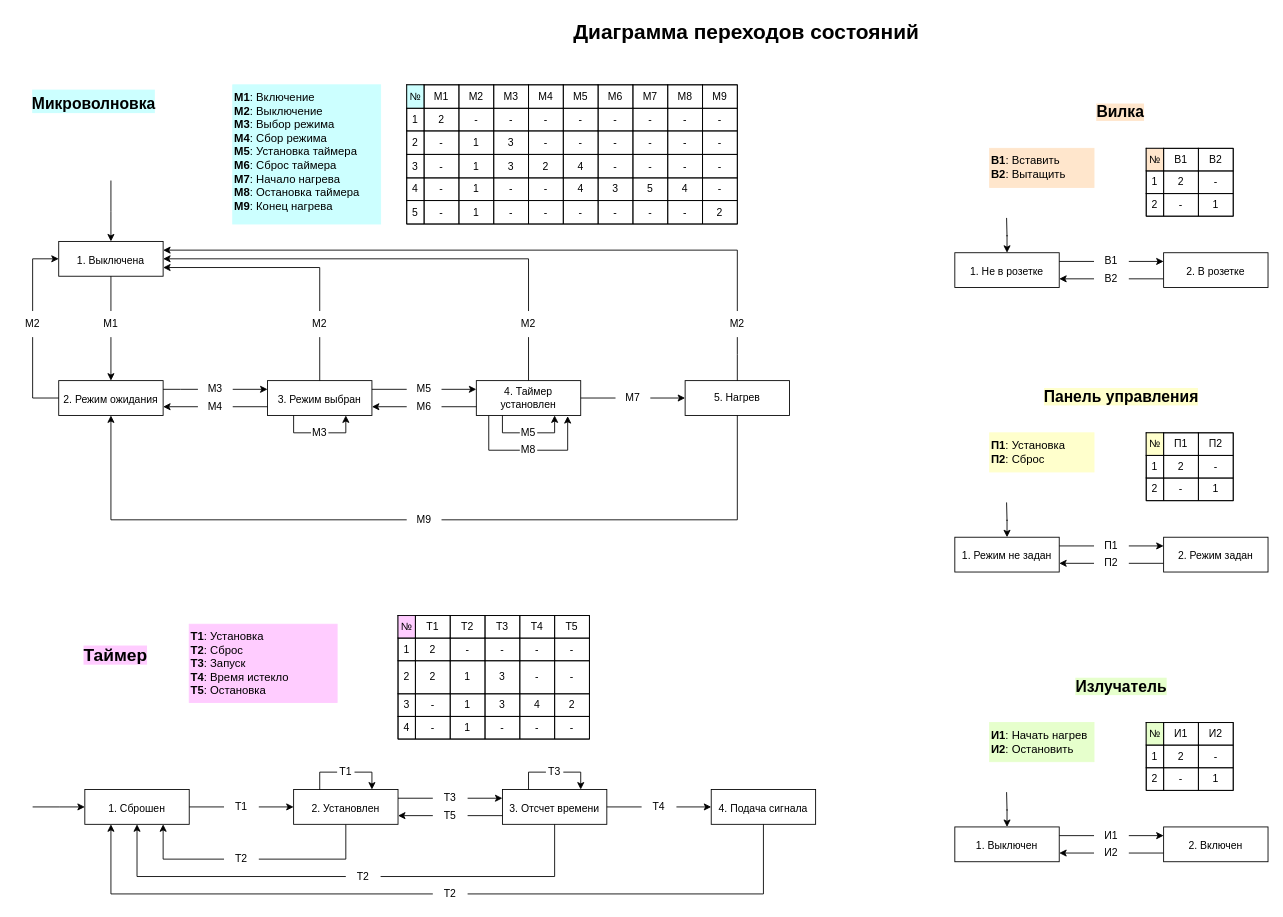
Above: page "ДПС" (2 of 3) of lab_05/i_want_sleep.drawio in Tulenenok/BMSTU_OOP (draw.io), before the change. Source tidied: cells renumbered, new cells numbered last; positions are measured from the earlier drawing's top-left corner, leaving out a move shared by most shapes. Both pictures are drawn from the tidied source at 87%, with x=0, y=0 at pixel (15, 15).
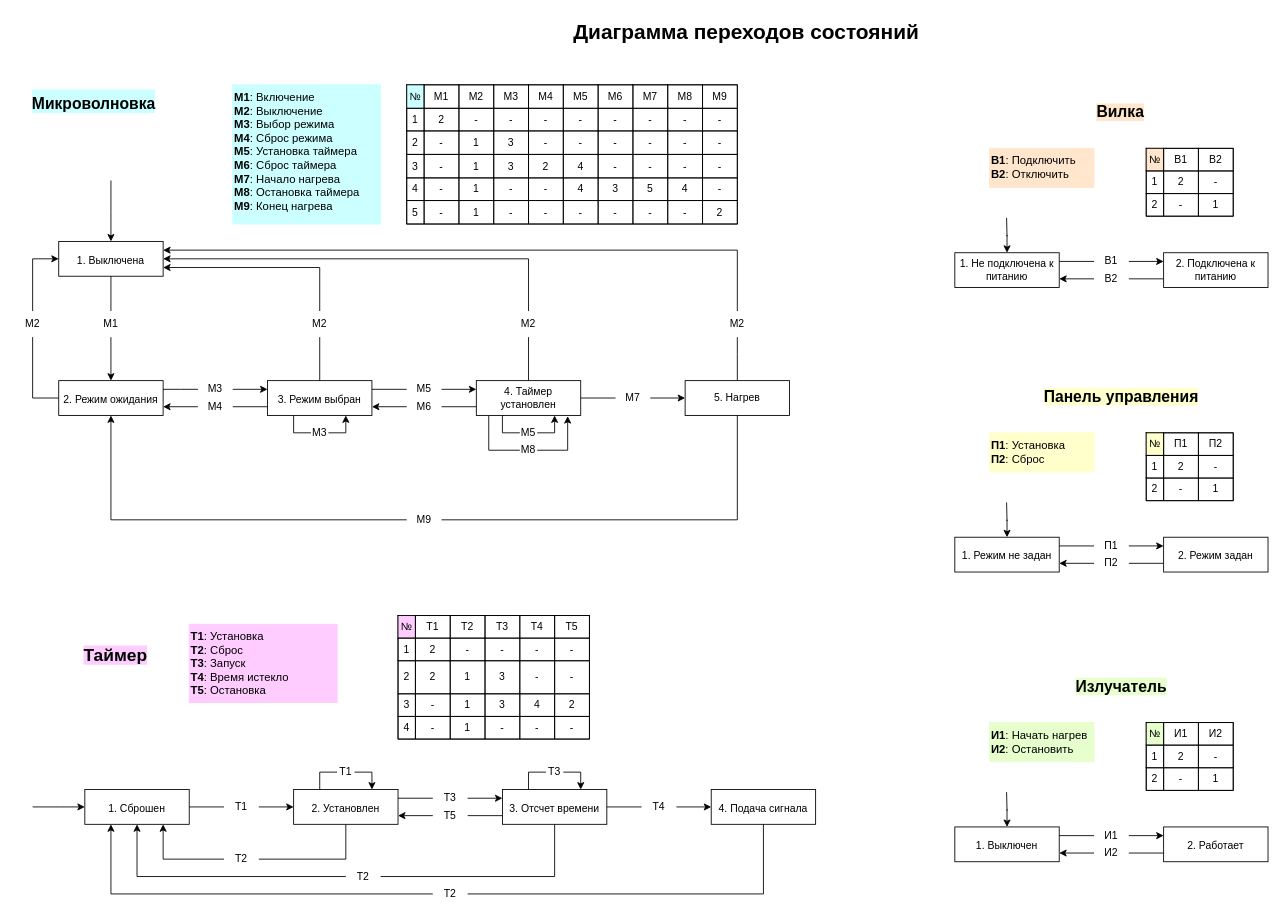
After the change.

The edit, as a diff of the source:
```diff
@@
-    <mxCell id="23" value="&lt;b&gt;М1&lt;/b&gt;: Включение&lt;br style=&quot;font-size: 13px;&quot;&gt;&lt;b&gt;M2&lt;/b&gt;: Выключение&lt;br style=&quot;font-size: 13px;&quot;&gt;&lt;b&gt;М3&lt;/b&gt;: Выбор режима&lt;br style=&quot;font-size: 13px;&quot;&gt;&lt;b&gt;М4&lt;/b&gt;: Сбор режима&lt;br style=&quot;font-size: 13px;&quot;&gt;&lt;b&gt;М5&lt;/b&gt;: Установка таймера&lt;br style=&quot;font-size: 13px;&quot;&gt;&lt;b&gt;М6&lt;/b&gt;: Сброс таймера&lt;br style=&quot;font-size: 13px;&quot;&gt;&lt;b&gt;М7&lt;/b&gt;: Начало нагрева&lt;br style=&quot;font-size: 13px;&quot;&gt;&lt;b&gt;M8&lt;/b&gt;: Остановка таймера&lt;br style=&quot;font-size: 13px;&quot;&gt;&lt;b&gt;М9&lt;/b&gt;: Конец нагрева" style="text;html=1;strokeColor=#CCFFFF;fillColor=#CCFFFF;align=left;verticalAlign=top;whiteSpace=wrap;rounded=0;labelBackgroundColor=none;fontSize=13;" parent="1" vertex="1">
+    <mxCell id="23" value="&lt;b&gt;М1&lt;/b&gt;: Включение&lt;br style=&quot;font-size: 13px;&quot;&gt;&lt;b&gt;M2&lt;/b&gt;: Выключение&lt;br style=&quot;font-size: 13px;&quot;&gt;&lt;b&gt;М3&lt;/b&gt;: Выбор режима&lt;br style=&quot;font-size: 13px;&quot;&gt;&lt;b&gt;М4&lt;/b&gt;: Сброс режима&lt;br style=&quot;font-size: 13px;&quot;&gt;&lt;b&gt;М5&lt;/b&gt;: Установка таймера&lt;br style=&quot;font-size: 13px;&quot;&gt;&lt;b&gt;М6&lt;/b&gt;: Сброс таймера&lt;br style=&quot;font-size: 13px;&quot;&gt;&lt;b&gt;М7&lt;/b&gt;: Начало нагрева&lt;br style=&quot;font-size: 13px;&quot;&gt;&lt;b&gt;M8&lt;/b&gt;: Остановка таймера&lt;br style=&quot;font-size: 13px;&quot;&gt;&lt;b&gt;М9&lt;/b&gt;: Конец нагрева" style="text;html=1;strokeColor=#CCFFFF;fillColor=#CCFFFF;align=left;verticalAlign=top;whiteSpace=wrap;rounded=0;labelBackgroundColor=none;fontSize=13;" parent="1" vertex="1">
       <mxGeometry x="250" y="80" width="170" height="160" as="geometry" />
     </mxCell>
@@
-    <mxCell id="217" value="&lt;font style=&quot;font-size: 12px;&quot;&gt;1. Не в розетке&lt;/font&gt;" style="rounded=0;whiteSpace=wrap;html=1;labelBackgroundColor=none;fontSize=18;" parent="1" vertex="1">
+    <mxCell id="217" value="&lt;font style=&quot;font-size: 12px;&quot;&gt;1. Не подключена к питанию&lt;/font&gt;" style="rounded=0;whiteSpace=wrap;html=1;labelBackgroundColor=none;fontSize=12;" parent="1" vertex="1">
       <mxGeometry x="1080" y="273" width="120" height="40" as="geometry" />
     </mxCell>
@@
-    <mxCell id="219" value="&lt;font style=&quot;font-size: 12px;&quot;&gt;2. В розетке&lt;/font&gt;" style="rounded=0;whiteSpace=wrap;html=1;labelBackgroundColor=none;fontSize=18;" parent="1" vertex="1">
+    <mxCell id="219" value="&lt;font style=&quot;font-size: 12px; line-height: 1.2;&quot;&gt;2. Подключена к питанию&lt;/font&gt;" style="rounded=0;whiteSpace=wrap;html=1;labelBackgroundColor=none;fontSize=12;" parent="1" vertex="1">
       <mxGeometry x="1320" y="273" width="120" height="40" as="geometry" />
     </mxCell>
@@
-    <mxCell id="224" value="&lt;b&gt;В1&lt;/b&gt;: Вставить&amp;nbsp;&lt;br style=&quot;font-size: 13px;&quot;&gt;&lt;b&gt;В2&lt;/b&gt;: Вытащить" style="text;html=1;strokeColor=#FFE6CC;fillColor=#FFE6CC;align=left;verticalAlign=top;whiteSpace=wrap;rounded=0;labelBackgroundColor=none;fontSize=13;" parent="1" vertex="1">
+    <mxCell id="224" value="&lt;b&gt;В1&lt;/b&gt;: Подключить&amp;nbsp;&lt;br style=&quot;font-size: 13px;&quot;&gt;&lt;b&gt;В2&lt;/b&gt;: Отключить" style="text;html=1;strokeColor=#FFE6CC;fillColor=#FFE6CC;align=left;verticalAlign=top;whiteSpace=wrap;rounded=0;labelBackgroundColor=none;fontSize=13;" parent="1" vertex="1">
       <mxGeometry x="1120" y="153" width="120" height="45" as="geometry" />
     </mxCell>
@@
-    <mxCell id="243" value="&lt;font style=&quot;font-size: 12px;&quot;&gt;2. Включен&lt;/font&gt;" style="rounded=0;whiteSpace=wrap;html=1;labelBackgroundColor=none;fontSize=18;" parent="1" vertex="1">
+    <mxCell id="243" value="&lt;font style=&quot;font-size: 12px;&quot;&gt;2. Работает&lt;/font&gt;" style="rounded=0;whiteSpace=wrap;html=1;labelBackgroundColor=none;fontSize=18;" parent="1" vertex="1">
       <mxGeometry x="1320" y="933" width="120" height="40" as="geometry" />
     </mxCell>
```
